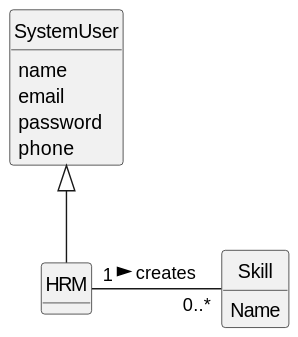
The PlantUML diagram docs/sprintA/us001/02.analysis/svg/us001-domain-model.svg in Departamento-de-Engenharia-Informatica/lei-24-s2-1do-g164, before a commit. The source it was exported from:
```plantuml
@startuml
skinparam monochrome true
skinparam packageStyle rectangle
skinparam shadowing false

skinparam classAttributeIconSize 0

hide circle
hide methods


class SystemUser {
    name
    email
    password
    phone

}

class Skill {
    Name
}

class HRM {

}


HRM "1" - "0..*" Skill : creates >
SystemUser <|-- HRM
@enduml
```
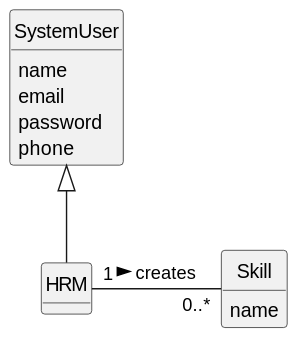
Above is the later version.

What changed in the source:
```diff
@@ -18,7 +18,7 @@
 }
 
 class Skill {
-    Name
+    name
 }
 
 class HRM {
```
